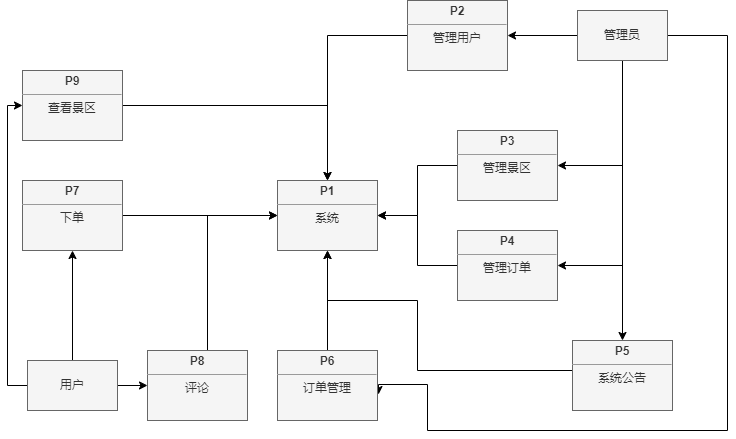
Earlier version of the draw.io export sql/系统数据流图（顶层）.png (ren9901/tourism-j2ee-wx). Source tidied: cells renumbered, new cells last; positions are measured from the earlier drawing's top-left corner, leaving out a move shared by most shapes.
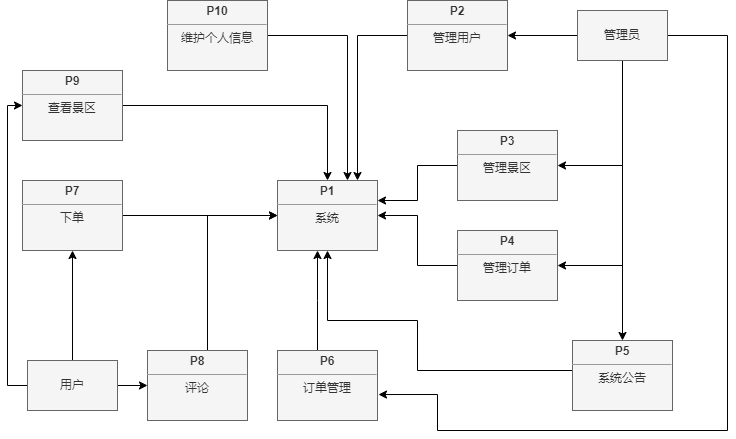
After the commit.

Commit message:
更新系统数据流图（顶层）.png

What changed in the source:
```diff
@@ -47,8 +47,8 @@
         <Array as="points">
           <mxPoint x="720" y="35" />
           <mxPoint x="720" y="430" />
-          <mxPoint x="420" y="430" />
-          <mxPoint x="420" y="384" />
+          <mxPoint x="430" y="430" />
+          <mxPoint x="430" y="394" />
         </Array>
       </mxGeometry>
     </mxCell>
@@ -56,25 +56,44 @@
       <mxGeometry x="570" y="10" width="90" height="50" as="geometry" />
     </mxCell>
     <mxCell id="13" style="edgeStyle=orthogonalEdgeStyle;rounded=0;jettySize=auto;html=1;" parent="1" edge="1" source="14" target="2">
-      <mxGeometry relative="1" as="geometry" />
+      <mxGeometry relative="1" as="geometry">
+        <Array as="points">
+          <mxPoint x="350" y="35" />
+        </Array>
+      </mxGeometry>
     </mxCell>
     <mxCell id="14" value="&lt;p style=&quot;margin:0px;margin-top:4px;text-align:center;&quot;&gt;&lt;b&gt;P2&lt;/b&gt;&lt;/p&gt;&lt;hr size=&quot;1&quot;&gt;&lt;div style=&quot;text-align: center; height: 2px;&quot;&gt;管理用户&lt;/div&gt;" style="verticalAlign=top;align=left;overflow=fill;fontSize=12;fontFamily=Helvetica;html=1;whiteSpace=wrap;fillColor=#f5f5f5;fontColor=#333333;strokeColor=#666666;" parent="1" vertex="1">
       <mxGeometry x="400" width="100" height="70" as="geometry" />
     </mxCell>
     <mxCell id="15" style="edgeStyle=orthogonalEdgeStyle;rounded=0;jettySize=auto;html=1;" parent="1" edge="1" source="16" target="2">
-      <mxGeometry relative="1" as="geometry" />
+      <mxGeometry relative="1" as="geometry">
+        <Array as="points">
+          <mxPoint x="410" y="165" />
+          <mxPoint x="410" y="200" />
+        </Array>
+      </mxGeometry>
     </mxCell>
     <mxCell id="16" value="&lt;p style=&quot;margin:0px;margin-top:4px;text-align:center;&quot;&gt;&lt;b&gt;P3&lt;/b&gt;&lt;/p&gt;&lt;hr size=&quot;1&quot;&gt;&lt;div style=&quot;text-align: center; height: 2px;&quot;&gt;管理景区&lt;/div&gt;" style="verticalAlign=top;align=left;overflow=fill;fontSize=12;fontFamily=Helvetica;html=1;whiteSpace=wrap;fillColor=#f5f5f5;fontColor=#333333;strokeColor=#666666;" parent="1" vertex="1">
       <mxGeometry x="450" y="130" width="100" height="70" as="geometry" />
     </mxCell>
     <mxCell id="17" style="edgeStyle=orthogonalEdgeStyle;rounded=0;jettySize=auto;html=1;entryX=1;entryY=0.5;entryDx=0;entryDy=0;" parent="1" edge="1" source="18" target="2">
-      <mxGeometry relative="1" as="geometry" />
+      <mxGeometry relative="1" as="geometry">
+        <Array as="points">
+          <mxPoint x="410" y="265" />
+          <mxPoint x="410" y="215" />
+        </Array>
+      </mxGeometry>
     </mxCell>
     <mxCell id="18" value="&lt;p style=&quot;margin:0px;margin-top:4px;text-align:center;&quot;&gt;&lt;b&gt;P4&lt;/b&gt;&lt;/p&gt;&lt;hr size=&quot;1&quot;&gt;&lt;div style=&quot;text-align: center; height: 2px;&quot;&gt;管理订单&lt;/div&gt;" style="verticalAlign=top;align=left;overflow=fill;fontSize=12;fontFamily=Helvetica;html=1;whiteSpace=wrap;fillColor=#f5f5f5;fontColor=#333333;strokeColor=#666666;" parent="1" vertex="1">
       <mxGeometry x="450" y="230" width="100" height="70" as="geometry" />
     </mxCell>
     <mxCell id="19" style="edgeStyle=orthogonalEdgeStyle;rounded=0;jettySize=auto;html=1;" parent="1" edge="1" source="20" target="2">
-      <mxGeometry relative="1" as="geometry" />
+      <mxGeometry relative="1" as="geometry">
+        <Array as="points">
+          <mxPoint x="310" y="300" />
+          <mxPoint x="310" y="300" />
+        </Array>
+      </mxGeometry>
     </mxCell>
     <mxCell id="20" value="&lt;p style=&quot;margin:0px;margin-top:4px;text-align:center;&quot;&gt;&lt;b&gt;P6&lt;/b&gt;&lt;/p&gt;&lt;hr size=&quot;1&quot;&gt;&lt;div style=&quot;text-align: center; height: 2px;&quot;&gt;订单管理&lt;/div&gt;" style="verticalAlign=top;align=left;overflow=fill;fontSize=12;fontFamily=Helvetica;html=1;whiteSpace=wrap;fillColor=#f5f5f5;fontColor=#333333;strokeColor=#666666;" parent="1" vertex="1">
       <mxGeometry x="270" y="350" width="100" height="70" as="geometry" />
@@ -89,8 +108,8 @@
       <mxGeometry relative="1" as="geometry">
         <Array as="points">
           <mxPoint x="410" y="370" />
-          <mxPoint x="410" y="300" />
-          <mxPoint x="320" y="300" />
+          <mxPoint x="410" y="320" />
+          <mxPoint x="320" y="320" />
         </Array>
       </mxGeometry>
     </mxCell>
@@ -113,5 +132,15 @@
     <mxCell id="28" value="&lt;p style=&quot;margin:0px;margin-top:4px;text-align:center;&quot;&gt;&lt;b&gt;P9&lt;/b&gt;&lt;/p&gt;&lt;hr size=&quot;1&quot;&gt;&lt;div style=&quot;text-align: center; height: 2px;&quot;&gt;查看景区&lt;/div&gt;" style="verticalAlign=top;align=left;overflow=fill;fontSize=12;fontFamily=Helvetica;html=1;whiteSpace=wrap;fillColor=#f5f5f5;fontColor=#333333;strokeColor=#666666;" parent="1" vertex="1">
       <mxGeometry x="15" y="70" width="100" height="70" as="geometry" />
     </mxCell>
+    <mxCell id="29" style="edgeStyle=orthogonalEdgeStyle;rounded=0;jettySize=auto;html=1;" parent="1" edge="1" source="30" target="2">
+      <mxGeometry relative="1" as="geometry">
+        <Array as="points">
+          <mxPoint x="340" y="35" />
+        </Array>
+      </mxGeometry>
+    </mxCell>
+    <mxCell id="30" value="&lt;p style=&quot;margin:0px;margin-top:4px;text-align:center;&quot;&gt;&lt;b&gt;P10&lt;/b&gt;&lt;/p&gt;&lt;hr size=&quot;1&quot;&gt;&lt;div style=&quot;text-align: center; height: 2px;&quot;&gt;维护个人信息&lt;/div&gt;" style="verticalAlign=top;align=left;overflow=fill;fontSize=12;fontFamily=Helvetica;html=1;whiteSpace=wrap;fillColor=#f5f5f5;fontColor=#333333;strokeColor=#666666;" parent="1" vertex="1">
+      <mxGeometry x="160" width="100" height="70" as="geometry" />
+    </mxCell>
   </root>
 </mxGraphModel>
```
